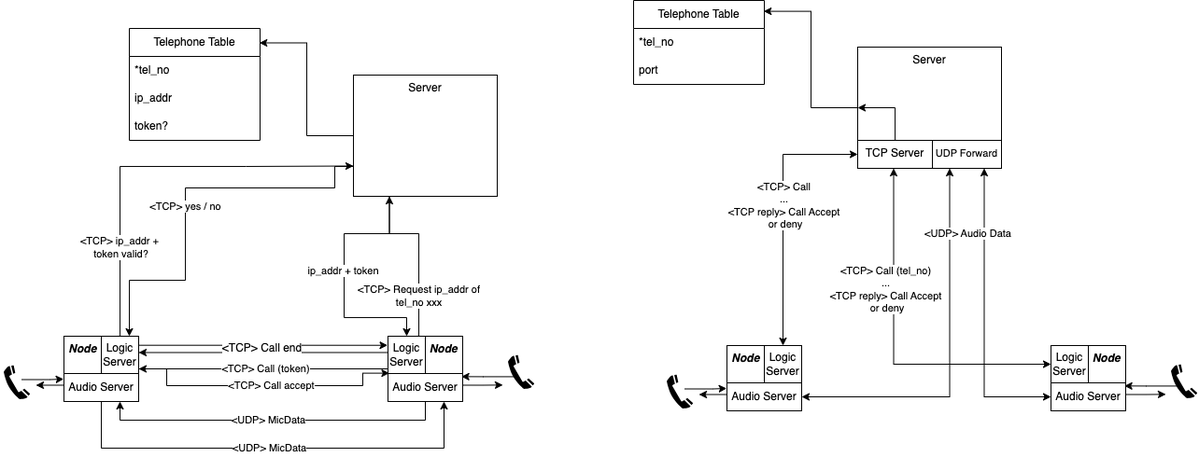
The draw.io diagram intercomNetwork.png in Riley-horrix/intercom, before a commit. Source tidied: cells renumbered, new cells last; positions are measured from the earlier drawing's top-left corner, leaving out a move shared by most shapes.
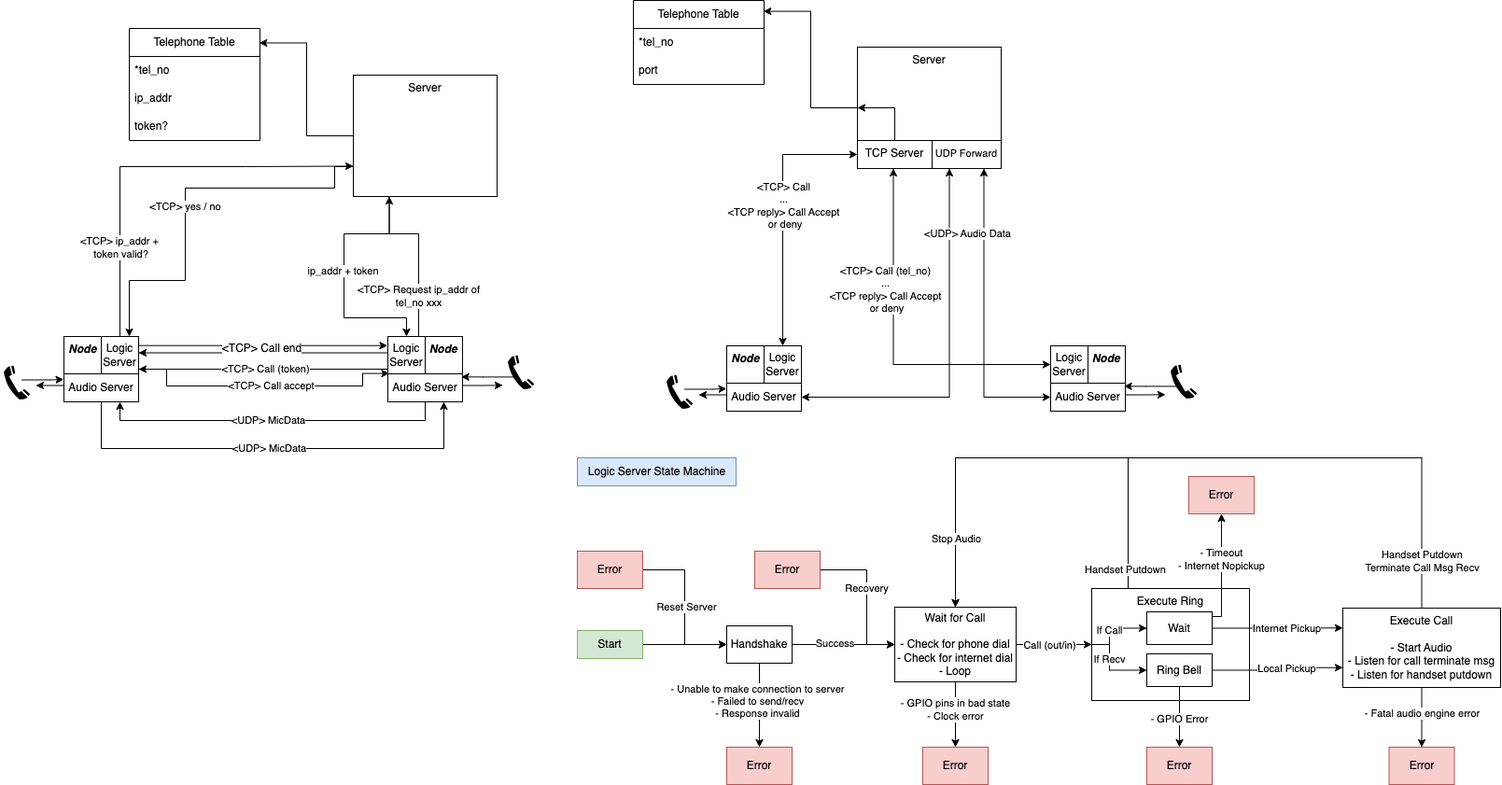
Later version of the same file.

Commit message:
feat: Work on diagram and state machine for logic backend

Change to the diagram source:
```diff
@@ -275,5 +275,192 @@
     <mxCell id="65" value="&lt;font style=&quot;font-size: 11px;&quot;&gt;UDP Forward&lt;/font&gt;" style="rounded=0;whiteSpace=wrap;html=1;verticalAlign=top;" parent="1" vertex="1">
       <mxGeometry x="990" y="150" width="74" height="30" as="geometry" />
     </mxCell>
+    <mxCell id="66" style="edgeStyle=orthogonalEdgeStyle;rounded=0;jettySize=auto;html=1;entryX=0;entryY=0.5;entryDx=0;entryDy=0;" parent="1" edge="1" source="70" target="76">
+      <mxGeometry relative="1" as="geometry" />
+    </mxCell>
+    <mxCell id="67" value="Success" style="edgeLabel;html=1;align=center;verticalAlign=middle;" parent="66" vertex="1">
+      <mxGeometry x="-0.17" y="1" relative="1" as="geometry" />
+    </mxCell>
+    <mxCell id="68" style="edgeStyle=orthogonalEdgeStyle;rounded=0;jettySize=auto;html=1;entryX=0.5;entryY=0;entryDx=0;entryDy=0;" parent="1" edge="1" source="70" target="77">
+      <mxGeometry relative="1" as="geometry" />
+    </mxCell>
+    <mxCell id="69" value="- Unable to make connection to server&lt;div&gt;- Failed to send/recv&lt;br&gt;&lt;div&gt;- Response invalid&lt;/div&gt;&lt;/div&gt;" style="edgeLabel;html=1;align=center;verticalAlign=middle;" parent="68" vertex="1">
+      <mxGeometry x="-0.1" y="-2" relative="1" as="geometry" />
+    </mxCell>
+    <mxCell id="70" value="Handshake" style="rounded=0;whiteSpace=wrap;html=1;" parent="1" vertex="1">
+      <mxGeometry x="770" y="670" width="70" height="40" as="geometry" />
+    </mxCell>
+    <mxCell id="71" value="Logic Server State Machine" style="text;html=1;align=center;verticalAlign=middle;strokeColor=#6c8ebf;fillColor=#dae8fc;" parent="1" vertex="1">
+      <mxGeometry x="610" y="490" width="170" height="30" as="geometry" />
+    </mxCell>
+    <mxCell id="72" style="edgeStyle=orthogonalEdgeStyle;rounded=0;jettySize=auto;html=1;entryX=0.5;entryY=0;entryDx=0;entryDy=0;" parent="1" edge="1" source="76" target="78">
+      <mxGeometry relative="1" as="geometry" />
+    </mxCell>
+    <mxCell id="73" value="- GPIO pins in bad state&lt;div&gt;- Clock error&lt;/div&gt;" style="edgeLabel;html=1;align=center;verticalAlign=middle;" parent="72" vertex="1">
+      <mxGeometry x="-0.41" relative="1" as="geometry">
+        <mxPoint y="9" as="offset" />
+      </mxGeometry>
+    </mxCell>
+    <mxCell id="74" style="edgeStyle=orthogonalEdgeStyle;rounded=0;jettySize=auto;html=1;entryX=0;entryY=0.5;entryDx=0;entryDy=0;" parent="1" edge="1" source="76" target="81">
+      <mxGeometry relative="1" as="geometry" />
+    </mxCell>
+    <mxCell id="75" value="Call (out/in)" style="edgeLabel;html=1;align=center;verticalAlign=middle;" parent="74" vertex="1">
+      <mxGeometry x="-0.13" y="-1" relative="1" as="geometry" />
+    </mxCell>
+    <mxCell id="76" value="Wait for Call&lt;div&gt;&lt;br&gt;&lt;/div&gt;&lt;div&gt;- Check for phone dial&lt;/div&gt;&lt;div&gt;- Check for internet dial&lt;/div&gt;&lt;div&gt;- Loop&lt;/div&gt;" style="rounded=0;whiteSpace=wrap;html=1;" parent="1" vertex="1">
+      <mxGeometry x="950" y="650" width="130" height="80" as="geometry" />
+    </mxCell>
+    <mxCell id="77" value="Error" style="whiteSpace=wrap;html=1;fillColor=#f8cecc;strokeColor=#b85450;" parent="1" vertex="1">
+      <mxGeometry x="770" y="800" width="70" height="40" as="geometry" />
+    </mxCell>
+    <mxCell id="78" value="Error" style="whiteSpace=wrap;html=1;fillColor=#f8cecc;strokeColor=#b85450;" parent="1" vertex="1">
+      <mxGeometry x="980" y="800" width="70" height="40" as="geometry" />
+    </mxCell>
+    <mxCell id="79" style="edgeStyle=orthogonalEdgeStyle;rounded=0;jettySize=auto;html=1;entryX=0.5;entryY=0;entryDx=0;entryDy=0;" parent="1" edge="1" source="81" target="76">
+      <mxGeometry relative="1" as="geometry">
+        <Array as="points">
+          <mxPoint x="1200" y="490" />
+          <mxPoint x="1015" y="490" />
+        </Array>
+      </mxGeometry>
+    </mxCell>
+    <mxCell id="80" value="Handset Putdown" style="edgeLabel;html=1;align=center;verticalAlign=middle;" parent="79" vertex="1">
+      <mxGeometry x="-0.81" relative="1" as="geometry">
+        <mxPoint x="-3" y="26" as="offset" />
+      </mxGeometry>
+    </mxCell>
+    <mxCell id="81" value="Execute Ring" style="rounded=0;whiteSpace=wrap;html=1;verticalAlign=top;" parent="1" vertex="1">
+      <mxGeometry x="1161" y="630" width="169" height="120" as="geometry" />
+    </mxCell>
+    <mxCell id="82" style="edgeStyle=orthogonalEdgeStyle;rounded=0;jettySize=auto;html=1;exitX=1;exitY=0.5;exitDx=0;exitDy=0;entryX=0;entryY=0.75;entryDx=0;entryDy=0;" parent="1" edge="1" source="86" target="103">
+      <mxGeometry relative="1" as="geometry" />
+    </mxCell>
+    <mxCell id="83" value="Local Pickup" style="edgeLabel;html=1;align=center;verticalAlign=middle;" parent="82" vertex="1">
+      <mxGeometry x="-0.1" y="1" relative="1" as="geometry">
+        <mxPoint x="15" y="-1" as="offset" />
+      </mxGeometry>
+    </mxCell>
+    <mxCell id="84" style="edgeStyle=orthogonalEdgeStyle;rounded=0;jettySize=auto;html=1;entryX=0.5;entryY=0;entryDx=0;entryDy=0;" parent="1" edge="1" source="86" target="97">
+      <mxGeometry relative="1" as="geometry" />
+    </mxCell>
+    <mxCell id="85" value="- GPIO Error" style="edgeLabel;html=1;align=center;verticalAlign=middle;" parent="84" vertex="1">
+      <mxGeometry x="-0.29" y="-1" relative="1" as="geometry">
+        <mxPoint x="1" y="12" as="offset" />
+      </mxGeometry>
+    </mxCell>
+    <mxCell id="86" value="Ring Bell" style="whiteSpace=wrap;html=1;" parent="1" vertex="1">
+      <mxGeometry x="1220" y="700" width="70" height="35" as="geometry" />
+    </mxCell>
+    <mxCell id="87" style="edgeStyle=orthogonalEdgeStyle;rounded=0;jettySize=auto;html=1;exitX=0;exitY=0.5;exitDx=0;exitDy=0;entryX=0;entryY=0.5;entryDx=0;entryDy=0;" parent="1" edge="1" source="81" target="86">
+      <mxGeometry relative="1" as="geometry">
+        <Array as="points">
+          <mxPoint x="1180" y="690" />
+          <mxPoint x="1180" y="718" />
+        </Array>
+      </mxGeometry>
+    </mxCell>
+    <mxCell id="88" value="If Recv" style="edgeLabel;html=1;align=center;verticalAlign=middle;" parent="87" vertex="1">
+      <mxGeometry x="-0.2" relative="1" as="geometry" />
+    </mxCell>
+    <mxCell id="89" style="edgeStyle=orthogonalEdgeStyle;rounded=0;jettySize=auto;html=1;entryX=0;entryY=0.25;entryDx=0;entryDy=0;" parent="1" edge="1" source="93" target="103">
+      <mxGeometry relative="1" as="geometry" />
+    </mxCell>
+    <mxCell id="90" value="Internet Pickup" style="edgeLabel;html=1;align=center;verticalAlign=middle;" parent="89" vertex="1">
+      <mxGeometry x="-0.2" y="1" relative="1" as="geometry">
+        <mxPoint x="24" y="1" as="offset" />
+      </mxGeometry>
+    </mxCell>
+    <mxCell id="91" style="edgeStyle=orthogonalEdgeStyle;rounded=0;jettySize=auto;html=1;entryX=0.5;entryY=1;entryDx=0;entryDy=0;" parent="1" edge="1" source="93" target="96">
+      <mxGeometry relative="1" as="geometry">
+        <Array as="points">
+          <mxPoint x="1300" y="660" />
+          <mxPoint x="1300" y="560" />
+        </Array>
+      </mxGeometry>
+    </mxCell>
+    <mxCell id="92" value="- Timeout&lt;div&gt;- Internet Nopickup&lt;/div&gt;" style="edgeLabel;html=1;align=center;verticalAlign=middle;" parent="91" vertex="1">
+      <mxGeometry x="0.18" relative="1" as="geometry" />
+    </mxCell>
+    <mxCell id="93" value="Wait" style="whiteSpace=wrap;html=1;" parent="1" vertex="1">
+      <mxGeometry x="1220" y="655" width="70" height="35" as="geometry" />
+    </mxCell>
+    <mxCell id="94" style="edgeStyle=orthogonalEdgeStyle;rounded=0;jettySize=auto;html=1;exitX=0;exitY=0.5;exitDx=0;exitDy=0;entryX=0;entryY=0.5;entryDx=0;entryDy=0;" parent="1" edge="1" source="81" target="93">
+      <mxGeometry relative="1" as="geometry">
+        <Array as="points">
+          <mxPoint x="1180" y="690" />
+          <mxPoint x="1180" y="673" />
+        </Array>
+      </mxGeometry>
+    </mxCell>
+    <mxCell id="95" value="If Call" style="edgeLabel;html=1;align=center;verticalAlign=middle;" parent="94" vertex="1">
+      <mxGeometry x="-0.05" y="-2" relative="1" as="geometry" />
+    </mxCell>
+    <mxCell id="96" value="Error" style="whiteSpace=wrap;html=1;fillColor=#f8cecc;strokeColor=#b85450;" parent="1" vertex="1">
+      <mxGeometry x="1265" y="510" width="70" height="40" as="geometry" />
+    </mxCell>
+    <mxCell id="97" value="Error" style="whiteSpace=wrap;html=1;fillColor=#f8cecc;strokeColor=#b85450;" parent="1" vertex="1">
+      <mxGeometry x="1220" y="800" width="70" height="40" as="geometry" />
+    </mxCell>
+    <mxCell id="98" style="edgeStyle=orthogonalEdgeStyle;rounded=0;jettySize=auto;html=1;entryX=0.5;entryY=0;entryDx=0;entryDy=0;" parent="1" edge="1" source="103" target="76">
+      <mxGeometry relative="1" as="geometry">
+        <Array as="points">
+          <mxPoint x="1515" y="490" />
+          <mxPoint x="1015" y="490" />
+        </Array>
+      </mxGeometry>
+    </mxCell>
+    <mxCell id="99" value="Handset Putdown&lt;div&gt;Terminate Call Msg Recv&lt;/div&gt;" style="edgeLabel;html=1;align=center;verticalAlign=middle;" parent="98" vertex="1">
+      <mxGeometry x="-0.92" y="-2" relative="1" as="geometry">
+        <mxPoint x="-2" y="-19" as="offset" />
+      </mxGeometry>
+    </mxCell>
+    <mxCell id="100" value="Stop Audio" style="edgeLabel;html=1;align=center;verticalAlign=middle;" parent="98" vertex="1">
+      <mxGeometry x="0.82" y="1" relative="1" as="geometry" />
+    </mxCell>
+    <mxCell id="101" style="edgeStyle=orthogonalEdgeStyle;rounded=0;jettySize=auto;html=1;entryX=0.5;entryY=0;entryDx=0;entryDy=0;" parent="1" edge="1" source="103" target="104">
+      <mxGeometry relative="1" as="geometry" />
+    </mxCell>
+    <mxCell id="102" value="- Fatal audio engine error" style="edgeLabel;html=1;align=center;verticalAlign=middle;" parent="101" vertex="1">
+      <mxGeometry x="-0.47" relative="1" as="geometry">
+        <mxPoint y="11" as="offset" />
+      </mxGeometry>
+    </mxCell>
+    <mxCell id="103" value="Execute Call&lt;div&gt;&lt;br&gt;&lt;/div&gt;&lt;div&gt;- Start Audio&lt;/div&gt;&lt;div&gt;- Listen for call terminate msg&lt;/div&gt;&lt;div&gt;- Listen for handset putdown&lt;/div&gt;" style="rounded=0;whiteSpace=wrap;html=1;verticalAlign=top;" parent="1" vertex="1">
+      <mxGeometry x="1430" y="651" width="169" height="85" as="geometry" />
+    </mxCell>
+    <mxCell id="104" value="Error" style="whiteSpace=wrap;html=1;fillColor=#f8cecc;strokeColor=#b85450;" parent="1" vertex="1">
+      <mxGeometry x="1479.5" y="800" width="70" height="40" as="geometry" />
+    </mxCell>
+    <mxCell id="105" style="edgeStyle=orthogonalEdgeStyle;rounded=0;jettySize=auto;html=1;entryX=0;entryY=0.5;entryDx=0;entryDy=0;" parent="1" edge="1" source="106" target="70">
+      <mxGeometry relative="1" as="geometry" />
+    </mxCell>
+    <mxCell id="106" value="Start" style="whiteSpace=wrap;html=1;fillColor=#d5e8d4;strokeColor=#82b366;" parent="1" vertex="1">
+      <mxGeometry x="610" y="675" width="70" height="30" as="geometry" />
+    </mxCell>
+    <mxCell id="107" style="edgeStyle=orthogonalEdgeStyle;rounded=0;jettySize=auto;html=1;entryX=0;entryY=0.5;entryDx=0;entryDy=0;" parent="1" edge="1" source="109" target="70">
+      <mxGeometry relative="1" as="geometry" />
+    </mxCell>
+    <mxCell id="108" value="Reset Server" style="edgeLabel;html=1;align=center;verticalAlign=middle;" parent="107" vertex="1">
+      <mxGeometry x="-0.01" y="2" relative="1" as="geometry" />
+    </mxCell>
+    <mxCell id="109" value="Error" style="whiteSpace=wrap;html=1;fillColor=#f8cecc;strokeColor=#b85450;" parent="1" vertex="1">
+      <mxGeometry x="610" y="590" width="70" height="40" as="geometry" />
+    </mxCell>
+    <mxCell id="110" style="edgeStyle=orthogonalEdgeStyle;rounded=0;jettySize=auto;html=1;entryX=0;entryY=0.5;entryDx=0;entryDy=0;" parent="1" edge="1" source="112" target="76">
+      <mxGeometry relative="1" as="geometry">
+        <Array as="points">
+          <mxPoint x="920" y="610" />
+          <mxPoint x="920" y="690" />
+        </Array>
+      </mxGeometry>
+    </mxCell>
+    <mxCell id="111" value="Recovery" style="edgeLabel;html=1;align=center;verticalAlign=middle;" parent="110" vertex="1">
+      <mxGeometry x="-0.22" relative="1" as="geometry">
+        <mxPoint y="8" as="offset" />
+      </mxGeometry>
+    </mxCell>
+    <mxCell id="112" value="Error" style="whiteSpace=wrap;html=1;fillColor=#f8cecc;strokeColor=#b85450;" parent="1" vertex="1">
+      <mxGeometry x="800" y="590" width="70" height="40" as="geometry" />
+    </mxCell>
   </root>
 </mxGraphModel>
```
